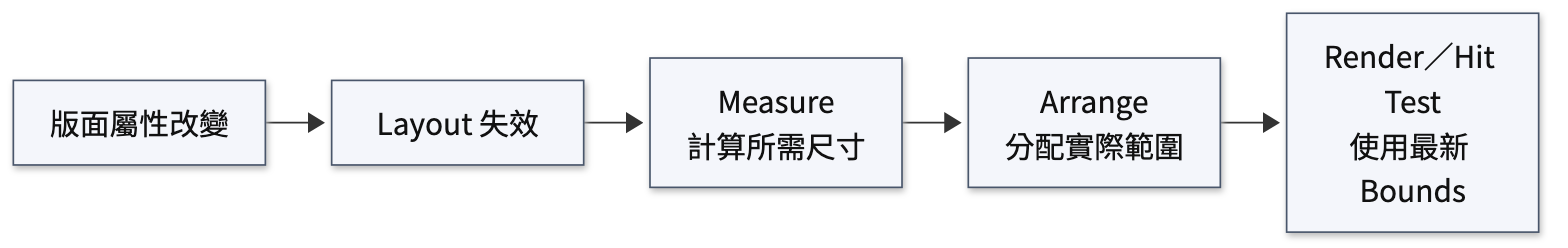
This is docs/figures/app_a_layout-flow.png from YuanOwO/CG-hw1-paint, a Mermaid export, as it was before one commit. Its source is kept beside it as docs/figures-src/app_a_layout-flow.mmd.
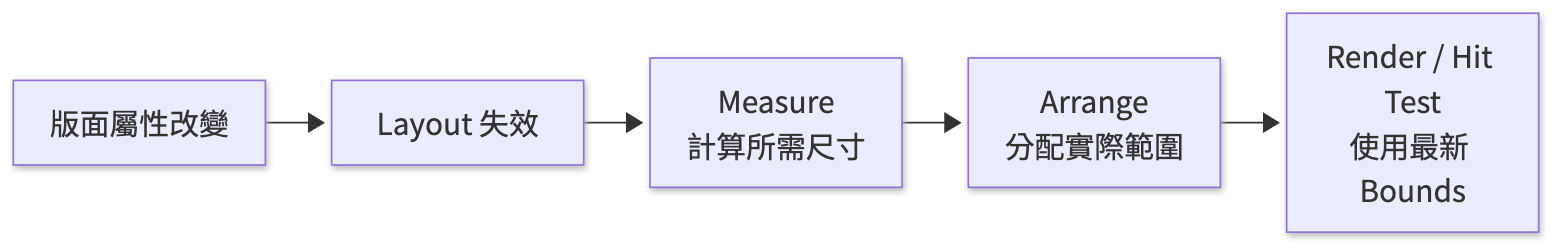
After the change.

What changed in the source:
```diff
@@ -2,7 +2,4 @@
     change[版面屬性改變] --> invalid[Layout 失效]
     invalid --> measure[Measure<br/>計算所需尺寸]
     measure --> arrange[Arrange<br/>分配實際範圍]
-    arrange --> ready[Render／Hit Test<br/>使用最新 Bounds]
-
-    classDef step fill:#f4f6fb,stroke:#49566b,color:#111,stroke-width:1px;
-    class change,invalid,measure,arrange,ready step;
+    arrange --> ready[Render / Hit Test<br/>使用最新 Bounds]
```
